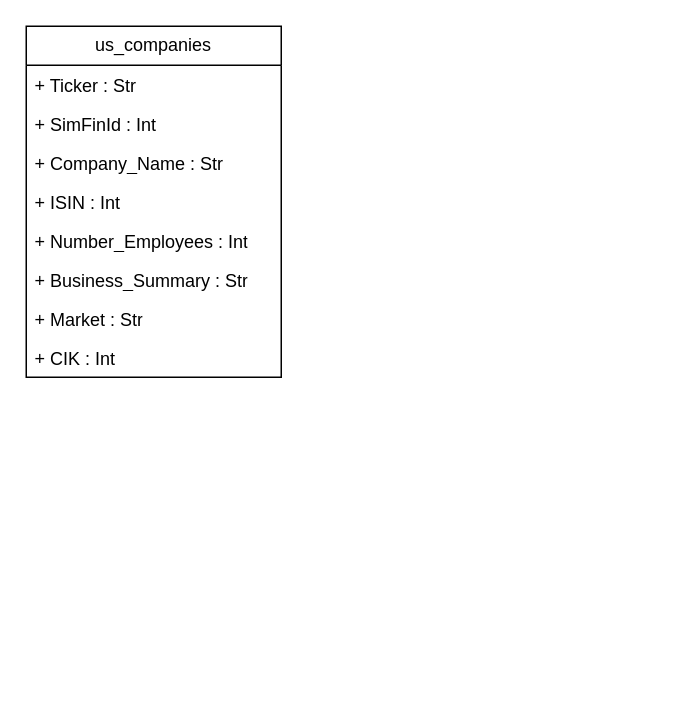
Above: utils/Untitled Diagram.drawio in DavidRosario26387/Stock_API (draw.io), before the change. Source tidied: cells renumbered, new cells numbered last; positions are measured from the earlier drawing's top-left corner, leaving out a move shared by most shapes. Both pictures are drawn from the tidied source at 150%, with x=0, y=0 at pixel (26, 26).
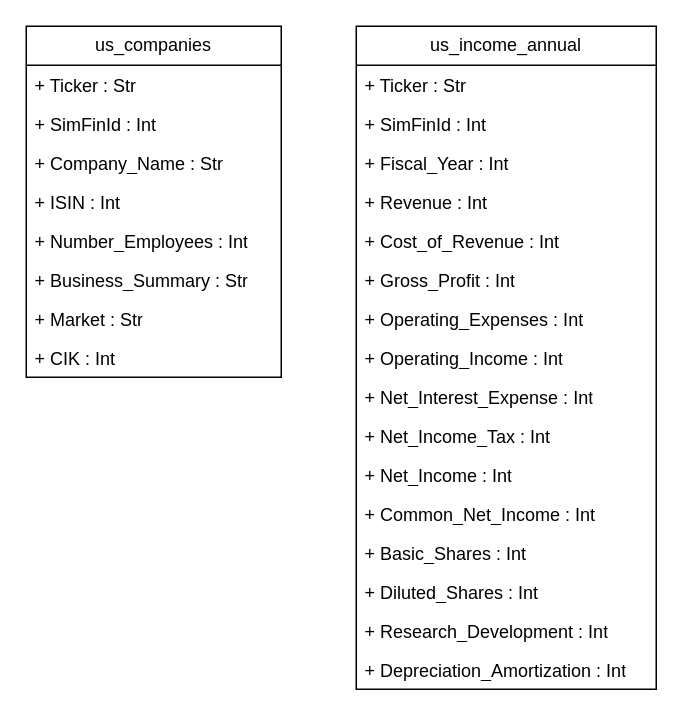
The same page after the edit.

Commit message (it also covers changes not shown here):
Add schema diagram and image

What changed in the source:
```diff
@@
+    <mxCell id="11" value="us_income_annual" style="swimlane;fontStyle=0;horizontal=1;startSize=26;fillColor=none;whiteSpace=wrap;html=1;" parent="1" vertex="1">
+      <mxGeometry x="220" width="200" height="442" as="geometry" />
+    </mxCell>
+    <mxCell id="12" value="+ Ticker : Str" style="text;strokeColor=none;fillColor=none;align=left;verticalAlign=top;spacingLeft=4;spacingRight=4;overflow=hidden;whiteSpace=wrap;html=1;" parent="11" vertex="1">
+      <mxGeometry y="26" width="200" height="26" as="geometry" />
+    </mxCell>
+    <mxCell id="13" value="+ SimFinId : Int" style="text;strokeColor=none;fillColor=none;align=left;verticalAlign=top;spacingLeft=4;spacingRight=4;overflow=hidden;whiteSpace=wrap;html=1;" parent="11" vertex="1">
+      <mxGeometry y="52" width="200" height="26" as="geometry" />
+    </mxCell>
+    <mxCell id="14" value="+ Fiscal_Year : Int" style="text;strokeColor=none;fillColor=none;align=left;verticalAlign=top;spacingLeft=4;spacingRight=4;overflow=hidden;whiteSpace=wrap;html=1;" parent="11" vertex="1">
+      <mxGeometry y="78" width="200" height="26" as="geometry" />
+    </mxCell>
+    <mxCell id="15" value="+&amp;nbsp;Revenue : Int" style="text;strokeColor=none;fillColor=none;align=left;verticalAlign=top;spacingLeft=4;spacingRight=4;overflow=hidden;whiteSpace=wrap;html=1;" parent="11" vertex="1">
+      <mxGeometry y="104" width="200" height="26" as="geometry" />
+    </mxCell>
+    <mxCell id="16" value="+ Cost_of_Revenue : Int" style="text;strokeColor=none;fillColor=none;align=left;verticalAlign=top;spacingLeft=4;spacingRight=4;overflow=hidden;whiteSpace=wrap;html=1;" parent="11" vertex="1">
+      <mxGeometry y="130" width="200" height="26" as="geometry" />
+    </mxCell>
+    <mxCell id="17" value="+&amp;nbsp;Gross_Profit : Int" style="text;strokeColor=none;fillColor=none;align=left;verticalAlign=top;spacingLeft=4;spacingRight=4;overflow=hidden;whiteSpace=wrap;html=1;" parent="11" vertex="1">
+      <mxGeometry y="156" width="200" height="26" as="geometry" />
+    </mxCell>
+    <mxCell id="18" value="+&amp;nbsp;Operating_Expenses : Int" style="text;strokeColor=none;fillColor=none;align=left;verticalAlign=top;spacingLeft=4;spacingRight=4;overflow=hidden;whiteSpace=wrap;html=1;" parent="11" vertex="1">
+      <mxGeometry y="182" width="200" height="26" as="geometry" />
+    </mxCell>
+    <mxCell id="19" value="+ Operating_Income : Int" style="text;strokeColor=none;fillColor=none;align=left;verticalAlign=top;spacingLeft=4;spacingRight=4;overflow=hidden;whiteSpace=wrap;html=1;" parent="11" vertex="1">
+      <mxGeometry y="208" width="200" height="26" as="geometry" />
+    </mxCell>
+    <mxCell id="20" value="+&amp;nbsp;Net_Interest_Expense : Int" style="text;strokeColor=none;fillColor=none;align=left;verticalAlign=top;spacingLeft=4;spacingRight=4;overflow=hidden;whiteSpace=wrap;html=1;" parent="11" vertex="1">
+      <mxGeometry y="234" width="200" height="26" as="geometry" />
+    </mxCell>
+    <mxCell id="21" value="+&amp;nbsp;Net_Income_Tax : Int" style="text;strokeColor=none;fillColor=none;align=left;verticalAlign=top;spacingLeft=4;spacingRight=4;overflow=hidden;whiteSpace=wrap;html=1;" parent="11" vertex="1">
+      <mxGeometry y="260" width="200" height="26" as="geometry" />
+    </mxCell>
+    <mxCell id="22" value="+&amp;nbsp;Net_Income : Int" style="text;strokeColor=none;fillColor=none;align=left;verticalAlign=top;spacingLeft=4;spacingRight=4;overflow=hidden;whiteSpace=wrap;html=1;" parent="11" vertex="1">
+      <mxGeometry y="286" width="200" height="26" as="geometry" />
+    </mxCell>
+    <mxCell id="23" value="+&amp;nbsp;Common_Net_Income : Int" style="text;strokeColor=none;fillColor=none;align=left;verticalAlign=top;spacingLeft=4;spacingRight=4;overflow=hidden;whiteSpace=wrap;html=1;" parent="11" vertex="1">
+      <mxGeometry y="312" width="200" height="26" as="geometry" />
+    </mxCell>
+    <mxCell id="24" value="+&amp;nbsp;Basic_Shares : Int" style="text;strokeColor=none;fillColor=none;align=left;verticalAlign=top;spacingLeft=4;spacingRight=4;overflow=hidden;whiteSpace=wrap;html=1;" parent="11" vertex="1">
+      <mxGeometry y="338" width="200" height="26" as="geometry" />
+    </mxCell>
+    <mxCell id="25" value="+&amp;nbsp;Diluted_Shares : Int" style="text;strokeColor=none;fillColor=none;align=left;verticalAlign=top;spacingLeft=4;spacingRight=4;overflow=hidden;whiteSpace=wrap;html=1;" parent="11" vertex="1">
+      <mxGeometry y="364" width="200" height="26" as="geometry" />
+    </mxCell>
+    <mxCell id="26" value="+&amp;nbsp;Research_Development : Int" style="text;strokeColor=none;fillColor=none;align=left;verticalAlign=top;spacingLeft=4;spacingRight=4;overflow=hidden;whiteSpace=wrap;html=1;" parent="11" vertex="1">
+      <mxGeometry y="390" width="200" height="26" as="geometry" />
+    </mxCell>
+    <mxCell id="27" value="+&amp;nbsp;Depreciation_Amortization : Int" style="text;strokeColor=none;fillColor=none;align=left;verticalAlign=top;spacingLeft=4;spacingRight=4;overflow=hidden;whiteSpace=wrap;html=1;" parent="11" vertex="1">
+      <mxGeometry y="416" width="200" height="26" as="geometry" />
+    </mxCell>
```
